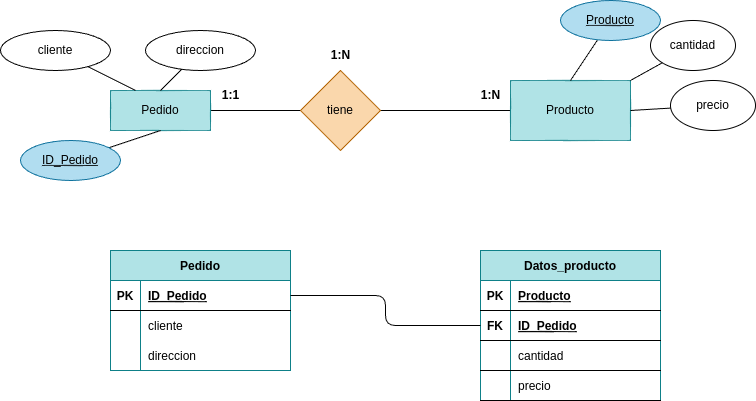
This is tareas/tarea-6-Normalizacion/images/ejercicio2.drawio.png from betancorge/base-datos-2, a draw.io export, as it was before one commit. Source tidied: cells renumbered, new cells last; positions are measured from the earlier drawing's top-left corner, leaving out a move shared by most shapes.
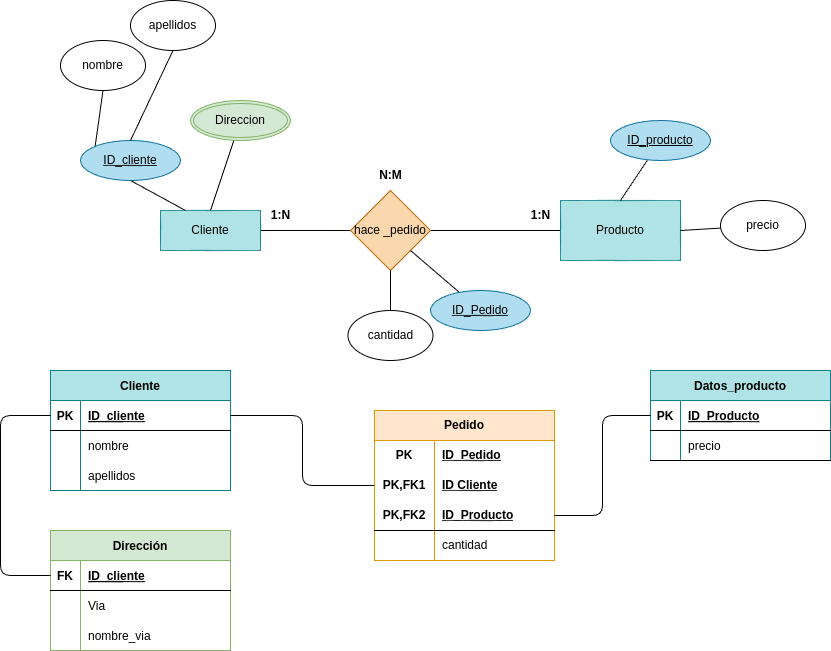
Above is the later version.

Diff of the diagram source:
```diff
@@ -7,3 +7,3 @@
     </mxCell>
-    <mxCell id="3" value="&lt;font color=&quot;#000000&quot;&gt;Pedido&lt;/font&gt;" style="whiteSpace=wrap;html=1;align=center;fillColor=#b0e3e6;strokeColor=#0e8088;" parent="1" vertex="1">
+    <mxCell id="3" value="&lt;font color=&quot;#000000&quot;&gt;Cliente&lt;/font&gt;" style="whiteSpace=wrap;html=1;align=center;fillColor=#b0e3e6;strokeColor=#0e8088;" parent="1" vertex="1">
       <mxGeometry x="110" y="90" width="100" height="40" as="geometry" />
@@ -13,3 +13,3 @@
     </mxCell>
-    <mxCell id="5" value="&lt;font color=&quot;#000000&quot;&gt;tiene&lt;/font&gt;" style="rhombus;whiteSpace=wrap;html=1;fillColor=#fad7ac;strokeColor=#b46504;" parent="1" vertex="1">
+    <mxCell id="5" value="&lt;font color=&quot;#000000&quot;&gt;hace _pedido&lt;/font&gt;" style="rhombus;whiteSpace=wrap;html=1;fillColor=#fad7ac;strokeColor=#b46504;" parent="1" vertex="1">
       <mxGeometry x="300" y="70" width="80" height="80" as="geometry" />
@@ -19,3 +19,3 @@
     </mxCell>
-    <mxCell id="7" value="&lt;b&gt;1:1&lt;/b&gt;" style="text;html=1;align=center;verticalAlign=middle;strokeColor=none;fillColor=none;fontColor=#000000;" parent="1" vertex="1">
+    <mxCell id="7" value="&lt;b&gt;1:N&lt;/b&gt;" style="text;html=1;align=center;verticalAlign=middle;strokeColor=none;fillColor=none;fontColor=#000000;" parent="1" vertex="1">
       <mxGeometry x="210" y="80" width="40" height="30" as="geometry" />
@@ -25,7 +25,7 @@
     </mxCell>
-    <mxCell id="9" value="&lt;b&gt;1:N&lt;/b&gt;" style="text;html=1;align=center;verticalAlign=middle;strokeColor=none;fillColor=none;fontColor=#000000;" parent="1" vertex="1">
-      <mxGeometry x="320" y="40" width="40" height="30" as="geometry" />
+    <mxCell id="9" value="&lt;b&gt;N:M&lt;/b&gt;" style="text;html=1;align=center;verticalAlign=middle;strokeColor=none;fillColor=none;fontColor=#000000;" parent="1" vertex="1">
+      <mxGeometry x="315" y="40" width="50" height="30" as="geometry" />
     </mxCell>
-    <mxCell id="10" value="Pedido" style="shape=table;startSize=30;rowLines=0;fontStyle=1;align=center;labelBackgroundColor=none;strokeColor=#0e8088;fillColor=#b0e3e6;fontColor=#000000;" parent="1" vertex="1">
-      <mxGeometry x="110" y="250" width="180" height="120" as="geometry" />
+    <mxCell id="10" value="Cliente" style="shape=table;startSize=30;rowLines=0;fontStyle=1;align=center;labelBackgroundColor=none;strokeColor=#0e8088;fillColor=#b0e3e6;fontColor=#000000;" parent="1" vertex="1">
+      <mxGeometry y="250" width="180" height="120" as="geometry" />
     </mxCell>
@@ -37,3 +37,3 @@
     </mxCell>
-    <mxCell id="13" value="ID_Pedido" style="shape=partialRectangle;fillColor=none;top=0;left=0;bottom=0;right=0;align=left;spacingLeft=6;fontStyle=5;overflow=hidden;labelBackgroundColor=none;fontColor=#000000;" parent="11" vertex="1">
+    <mxCell id="13" value="ID_cliente" style="shape=partialRectangle;fillColor=none;top=0;left=0;bottom=0;right=0;align=left;spacingLeft=6;fontStyle=5;overflow=hidden;labelBackgroundColor=none;fontColor=#000000;" parent="11" vertex="1">
       <mxGeometry x="30" width="150" height="30" as="geometry" />
@@ -46,3 +46,3 @@
     </mxCell>
-    <mxCell id="16" value="cliente" style="shape=partialRectangle;fillColor=none;top=0;left=0;bottom=0;right=0;align=left;spacingLeft=6;overflow=hidden;labelBackgroundColor=none;fontColor=#000000;" parent="14" vertex="1">
+    <mxCell id="16" value="nombre" style="shape=partialRectangle;fillColor=none;top=0;left=0;bottom=0;right=0;align=left;spacingLeft=6;overflow=hidden;labelBackgroundColor=none;fontColor=#000000;" parent="14" vertex="1">
       <mxGeometry x="30" width="150" height="30" as="geometry" />
@@ -55,3 +55,3 @@
     </mxCell>
-    <mxCell id="19" value="direccion" style="shape=partialRectangle;fillColor=none;top=0;left=0;bottom=0;right=0;align=left;spacingLeft=6;overflow=hidden;labelBackgroundColor=none;fontColor=#000000;" parent="17" vertex="1">
+    <mxCell id="19" value="apellidos" style="shape=partialRectangle;fillColor=none;top=0;left=0;bottom=0;right=0;align=left;spacingLeft=6;overflow=hidden;labelBackgroundColor=none;fontColor=#000000;" parent="17" vertex="1">
       <mxGeometry x="30" width="150" height="30" as="geometry" />
@@ -59,3 +59,3 @@
     <mxCell id="20" value="Datos_producto" style="shape=table;startSize=30;rowLines=0;fontStyle=1;align=center;labelBackgroundColor=none;strokeColor=#0e8088;fillColor=#b0e3e6;fontColor=#000000;" parent="1" vertex="1">
-      <mxGeometry x="480" y="250" width="180" height="150" as="geometry" />
+      <mxGeometry x="600" y="250" width="180" height="90" as="geometry" />
     </mxCell>
@@ -67,25 +67,7 @@
     </mxCell>
-    <mxCell id="23" value="Producto" style="shape=partialRectangle;fillColor=none;top=0;left=0;bottom=0;right=0;align=left;spacingLeft=6;fontStyle=5;overflow=hidden;labelBackgroundColor=none;fontColor=#000000;" parent="21" vertex="1">
+    <mxCell id="23" value="ID_Producto" style="shape=partialRectangle;fillColor=none;top=0;left=0;bottom=0;right=0;align=left;spacingLeft=6;fontStyle=5;overflow=hidden;labelBackgroundColor=none;fontColor=#000000;" parent="21" vertex="1">
       <mxGeometry x="30" width="150" height="30" as="geometry" />
     </mxCell>
-    <mxCell id="24" style="shape=tableRow;horizontal=0;startSize=0;swimlaneHead=0;swimlaneBody=0;fillColor=none;points=[[0,0.5],[1,0.5]];portConstraint=eastwest;top=0;left=0;right=0;bottom=1;labelBackgroundColor=none;fontColor=#000000;" parent="20" vertex="1">
-      <mxGeometry y="60" width="180" height="30" as="geometry" />
-    </mxCell>
-    <mxCell id="25" value="FK" style="shape=partialRectangle;fillColor=none;top=0;left=0;bottom=0;right=0;fontStyle=1;overflow=hidden;labelBackgroundColor=none;fontColor=#000000;" parent="24" vertex="1">
-      <mxGeometry width="30" height="30" as="geometry" />
-    </mxCell>
-    <mxCell id="26" value="ID_Pedido" style="shape=partialRectangle;fillColor=none;top=0;left=0;bottom=0;right=0;align=left;spacingLeft=6;fontStyle=5;overflow=hidden;labelBackgroundColor=none;fontColor=#000000;" parent="24" vertex="1">
-      <mxGeometry x="30" width="150" height="30" as="geometry" />
-    </mxCell>
-    <mxCell id="27" style="shape=tableRow;horizontal=0;startSize=0;swimlaneHead=0;swimlaneBody=0;fillColor=none;top=0;left=0;right=0;bottom=1;labelBackgroundColor=none;fontColor=#000000;" parent="20" vertex="1">
-      <mxGeometry y="90" width="180" height="30" as="geometry" />
-    </mxCell>
-    <mxCell id="28" style="shape=partialRectangle;fillColor=none;top=0;left=0;bottom=0;right=0;fontStyle=1;overflow=hidden;labelBackgroundColor=none;fontColor=#000000;" parent="27" vertex="1">
-      <mxGeometry width="30" height="30" as="geometry" />
-    </mxCell>
-    <mxCell id="29" value="cantidad" style="shape=partialRectangle;fillColor=none;top=0;left=0;bottom=0;right=0;align=left;spacingLeft=6;fontStyle=0;overflow=hidden;labelBackgroundColor=none;fontColor=#000000;" parent="27" vertex="1">
-      <mxGeometry x="30" width="150" height="30" as="geometry" />
-    </mxCell>
     <mxCell id="30" style="shape=tableRow;horizontal=0;startSize=0;swimlaneHead=0;swimlaneBody=0;fillColor=none;top=0;left=0;right=0;bottom=1;labelBackgroundColor=none;fontColor=#000000;" parent="20" vertex="1">
-      <mxGeometry y="120" width="180" height="30" as="geometry" />
+      <mxGeometry y="60" width="180" height="30" as="geometry" />
     </mxCell>
@@ -97,17 +79,11 @@
     </mxCell>
-    <mxCell id="33" style="edgeStyle=orthogonalEdgeStyle;html=1;exitX=1;exitY=0.5;exitDx=0;exitDy=0;entryX=0;entryY=0.5;entryDx=0;entryDy=0;strokeColor=#000000;fontColor=#000000;endArrow=none;endFill=0;" parent="1" edge="1" source="11" target="24">
+    <mxCell id="33" style="edgeStyle=orthogonalEdgeStyle;html=1;exitX=1;exitY=0.5;exitDx=0;exitDy=0;entryX=0;entryY=0.5;entryDx=0;entryDy=0;strokeColor=#000000;fontColor=#000000;endArrow=none;endFill=0;" parent="1" edge="1" source="11" target="50">
       <mxGeometry relative="1" as="geometry" />
     </mxCell>
-    <mxCell id="34" style="edgeStyle=none;html=1;entryX=0.5;entryY=0;entryDx=0;entryDy=0;fontColor=#000000;strokeColor=#000000;endArrow=none;endFill=0;" parent="1" edge="1" source="35" target="3">
+    <mxCell id="34" style="edgeStyle=none;html=1;entryX=0.5;entryY=0;entryDx=0;entryDy=0;fontColor=#000000;strokeColor=#000000;endArrow=none;endFill=0;" parent="1" edge="1" source="46" target="3">
       <mxGeometry relative="1" as="geometry" />
     </mxCell>
-    <mxCell id="35" value="&lt;font color=&quot;#000000&quot;&gt;direccion&lt;/font&gt;" style="ellipse;whiteSpace=wrap;html=1;align=center;fillColor=none;strokeColor=#000000;" parent="1" vertex="1">
-      <mxGeometry x="145" y="30" width="110" height="40" as="geometry" />
-    </mxCell>
-    <mxCell id="36" style="edgeStyle=none;html=1;entryX=0.25;entryY=0;entryDx=0;entryDy=0;fontColor=#000000;strokeColor=#000000;endArrow=none;endFill=0;" parent="1" edge="1" source="37" target="3">
+    <mxCell id="36" style="edgeStyle=none;html=1;entryX=0.25;entryY=0;entryDx=0;entryDy=0;fontColor=#000000;strokeColor=#000000;endArrow=none;endFill=0;exitX=0.5;exitY=1;exitDx=0;exitDy=0;" parent="1" edge="1" source="59" target="3">
       <mxGeometry relative="1" as="geometry" />
     </mxCell>
-    <mxCell id="37" value="&lt;font color=&quot;#000000&quot;&gt;cliente&lt;/font&gt;" style="ellipse;whiteSpace=wrap;html=1;align=center;fillColor=none;strokeColor=#000000;" parent="1" vertex="1">
-      <mxGeometry y="30" width="110" height="40" as="geometry" />
-    </mxCell>
     <mxCell id="38" style="edgeStyle=none;html=1;entryX=0.5;entryY=0;entryDx=0;entryDy=0;strokeColor=#000000;fontColor=#000000;endArrow=none;endFill=0;" parent="1" edge="1" source="39" target="6">
@@ -115,6 +91,6 @@
     </mxCell>
-    <mxCell id="39" value="&lt;font&gt;Producto&lt;/font&gt;" style="ellipse;whiteSpace=wrap;html=1;align=center;fontStyle=4;strokeColor=#10739e;fillColor=#b1ddf0;fontColor=#000000;" parent="1" vertex="1">
+    <mxCell id="39" value="&lt;font&gt;ID_producto&lt;/font&gt;" style="ellipse;whiteSpace=wrap;html=1;align=center;fontStyle=4;strokeColor=#10739e;fillColor=#b1ddf0;fontColor=#000000;" parent="1" vertex="1">
       <mxGeometry x="560" width="100" height="40" as="geometry" />
     </mxCell>
-    <mxCell id="40" style="edgeStyle=none;html=1;entryX=0.5;entryY=1;entryDx=0;entryDy=0;strokeColor=#000000;fontColor=#000000;endArrow=none;endFill=0;" parent="1" edge="1" source="41" target="3">
+    <mxCell id="40" style="edgeStyle=none;html=1;entryX=1;entryY=1;entryDx=0;entryDy=0;strokeColor=#000000;fontColor=#000000;endArrow=none;endFill=0;" parent="1" edge="1" source="41" target="5">
       <mxGeometry relative="1" as="geometry" />
@@ -122,5 +98,5 @@
     <mxCell id="41" value="&lt;font&gt;ID_Pedido&lt;/font&gt;" style="ellipse;whiteSpace=wrap;html=1;align=center;fontStyle=4;strokeColor=#10739e;fillColor=#b1ddf0;fontColor=#000000;" parent="1" vertex="1">
-      <mxGeometry x="20" y="140" width="100" height="40" as="geometry" />
+      <mxGeometry x="380" y="170" width="100" height="40" as="geometry" />
     </mxCell>
-    <mxCell id="42" style="edgeStyle=none;html=1;entryX=1;entryY=0;entryDx=0;entryDy=0;fontColor=#000000;strokeColor=#000000;endArrow=none;endFill=0;" parent="1" edge="1" source="43" target="6">
+    <mxCell id="42" style="edgeStyle=none;html=1;fontColor=#000000;strokeColor=#000000;endArrow=none;endFill=0;" parent="1" edge="1" source="43" target="5">
       <mxGeometry relative="1" as="geometry" />
@@ -128,3 +104,3 @@
     <mxCell id="43" value="&lt;font color=&quot;#000000&quot;&gt;cantidad&lt;/font&gt;" style="ellipse;whiteSpace=wrap;html=1;align=center;fillColor=none;strokeColor=#000000;" parent="1" vertex="1">
-      <mxGeometry x="650" y="20" width="85" height="50" as="geometry" />
+      <mxGeometry x="297.5" y="190" width="85" height="50" as="geometry" />
     </mxCell>
@@ -136,2 +112,100 @@
     </mxCell>
+    <mxCell id="46" value="Direccion" style="ellipse;shape=doubleEllipse;margin=3;whiteSpace=wrap;html=1;align=center;fillColor=#d5e8d4;strokeColor=#82b366;" parent="1" vertex="1">
+      <mxGeometry x="140" y="-20" width="100" height="40" as="geometry" />
+    </mxCell>
+    <mxCell id="47" value="Pedido" style="shape=table;startSize=30;rowLines=0;fontStyle=1;align=center;html=1;whiteSpace=wrap;fillColor=#ffe6cc;strokeColor=#d79b00;" parent="1" vertex="1">
+      <mxGeometry x="324" y="290" width="180" height="150" as="geometry" />
+    </mxCell>
+    <mxCell id="48" style="shape=tableRow;horizontal=0;startSize=0;swimlaneHead=0;swimlaneBody=0;fillColor=none;top=0;left=0;right=0;bottom=0;html=1;" parent="47" vertex="1">
+      <mxGeometry y="30" width="180" height="30" as="geometry" />
+    </mxCell>
+    <mxCell id="49" value="PK" style="shape=partialRectangle;fillColor=none;top=0;left=0;bottom=0;right=0;fontStyle=1;overflow=hidden;html=1;whiteSpace=wrap;" parent="48" vertex="1">
+      <mxGeometry width="60" height="30" as="geometry" />
+    </mxCell>
+    <mxCell id="26" value="ID_Pedido" style="shape=partialRectangle;fillColor=none;top=0;left=0;bottom=0;right=0;align=left;spacingLeft=6;fontStyle=5;overflow=hidden;html=1;whiteSpace=wrap;" parent="48" vertex="1">
+      <mxGeometry x="60" width="120" height="30" as="geometry" />
+    </mxCell>
+    <mxCell id="50" style="shape=tableRow;horizontal=0;startSize=0;swimlaneHead=0;swimlaneBody=0;fillColor=none;points=[[0,0.5],[1,0.5]];portConstraint=eastwest;top=0;left=0;right=0;bottom=0;html=1;" parent="47" vertex="1">
+      <mxGeometry y="60" width="180" height="30" as="geometry" />
+    </mxCell>
+    <mxCell id="51" value="PK,FK1" style="shape=partialRectangle;fillColor=none;top=0;left=0;bottom=0;right=0;fontStyle=1;overflow=hidden;html=1;whiteSpace=wrap;" parent="50" vertex="1">
+      <mxGeometry width="60" height="30" as="geometry" />
+    </mxCell>
+    <mxCell id="52" value="ID Cliente" style="shape=partialRectangle;fillColor=none;top=0;left=0;bottom=0;right=0;align=left;spacingLeft=6;fontStyle=5;overflow=hidden;html=1;whiteSpace=wrap;" parent="50" vertex="1">
+      <mxGeometry x="60" width="120" height="30" as="geometry" />
+    </mxCell>
+    <mxCell id="53" style="shape=tableRow;horizontal=0;startSize=0;swimlaneHead=0;swimlaneBody=0;fillColor=none;points=[[0,0.5],[1,0.5]];portConstraint=eastwest;top=0;left=0;right=0;bottom=1;html=1;" parent="47" vertex="1">
+      <mxGeometry y="90" width="180" height="30" as="geometry" />
+    </mxCell>
+    <mxCell id="54" value="PK,FK2" style="shape=partialRectangle;fillColor=none;top=0;left=0;bottom=0;right=0;fontStyle=1;overflow=hidden;html=1;whiteSpace=wrap;" parent="53" vertex="1">
+      <mxGeometry width="60" height="30" as="geometry" />
+    </mxCell>
+    <mxCell id="55" value="ID_Producto" style="shape=partialRectangle;fillColor=none;top=0;left=0;bottom=0;right=0;align=left;spacingLeft=6;fontStyle=5;overflow=hidden;html=1;whiteSpace=wrap;" parent="53" vertex="1">
+      <mxGeometry x="60" width="120" height="30" as="geometry" />
+    </mxCell>
+    <mxCell id="56" style="shape=tableRow;horizontal=0;startSize=0;swimlaneHead=0;swimlaneBody=0;fillColor=none;top=0;left=0;right=0;bottom=0;html=1;" parent="47" vertex="1">
+      <mxGeometry y="120" width="180" height="30" as="geometry" />
+    </mxCell>
+    <mxCell id="57" style="shape=partialRectangle;fillColor=none;top=0;left=0;bottom=0;right=0;overflow=hidden;html=1;whiteSpace=wrap;" parent="56" vertex="1">
+      <mxGeometry width="60" height="30" as="geometry" />
+    </mxCell>
+    <mxCell id="29" value="cantidad" style="shape=partialRectangle;fillColor=none;top=0;left=0;bottom=0;right=0;align=left;spacingLeft=6;overflow=hidden;html=1;whiteSpace=wrap;" parent="56" vertex="1">
+      <mxGeometry x="60" width="120" height="30" as="geometry" />
+    </mxCell>
+    <mxCell id="58" style="edgeStyle=none;html=1;exitX=0;exitY=0;exitDx=0;exitDy=0;endArrow=none;endFill=0;entryX=0.5;entryY=1;entryDx=0;entryDy=0;" parent="1" edge="1" source="59" target="60">
+      <mxGeometry relative="1" as="geometry" />
+    </mxCell>
+    <mxCell id="59" value="&lt;font&gt;ID_cliente&lt;/font&gt;" style="ellipse;whiteSpace=wrap;html=1;align=center;fontStyle=4;strokeColor=#10739e;fillColor=#b1ddf0;fontColor=#000000;" parent="1" vertex="1">
+      <mxGeometry x="30" y="20" width="100" height="40" as="geometry" />
+    </mxCell>
+    <mxCell id="60" value="&lt;font color=&quot;#000000&quot;&gt;nombre&lt;/font&gt;" style="ellipse;whiteSpace=wrap;html=1;align=center;fillColor=none;strokeColor=#000000;" parent="1" vertex="1">
+      <mxGeometry x="10" y="-80" width="85" height="50" as="geometry" />
+    </mxCell>
+    <mxCell id="61" style="edgeStyle=none;html=1;exitX=0.5;exitY=0;exitDx=0;exitDy=0;endArrow=none;endFill=0;entryX=0.5;entryY=1;entryDx=0;entryDy=0;" parent="1" edge="1" source="59" target="62">
+      <mxGeometry relative="1" as="geometry" />
+    </mxCell>
+    <mxCell id="62" value="&lt;font color=&quot;#000000&quot;&gt;apellidos&lt;/font&gt;" style="ellipse;whiteSpace=wrap;html=1;align=center;fillColor=none;strokeColor=#000000;" parent="1" vertex="1">
+      <mxGeometry x="80" y="-120" width="85" height="50" as="geometry" />
+    </mxCell>
+    <mxCell id="63" style="edgeStyle=orthogonalEdgeStyle;html=1;entryX=0;entryY=0.5;entryDx=0;entryDy=0;exitX=1;exitY=0.5;exitDx=0;exitDy=0;endArrow=none;endFill=0;" parent="1" edge="1" source="53" target="21">
+      <mxGeometry relative="1" as="geometry" />
+    </mxCell>
+    <mxCell id="64" value="Dirección" style="shape=table;startSize=30;rowLines=0;fontStyle=1;align=center;labelBackgroundColor=none;strokeColor=#82b366;fillColor=#d5e8d4;" parent="1" vertex="1">
+      <mxGeometry y="410" width="180" height="120" as="geometry" />
+    </mxCell>
+    <mxCell id="65" style="shape=tableRow;horizontal=0;startSize=0;swimlaneHead=0;swimlaneBody=0;fillColor=none;points=[[0,0.5],[1,0.5]];portConstraint=eastwest;top=0;left=0;right=0;bottom=1;labelBackgroundColor=none;fontColor=#000000;" parent="64" vertex="1">
+      <mxGeometry y="30" width="180" height="30" as="geometry" />
+    </mxCell>
+    <mxCell id="25" value="FK" style="shape=partialRectangle;fillColor=none;top=0;left=0;bottom=0;right=0;fontStyle=1;overflow=hidden;labelBackgroundColor=none;fontColor=#000000;" parent="65" vertex="1">
+      <mxGeometry width="30" height="30" as="geometry" />
+    </mxCell>
+    <mxCell id="66" value="ID_cliente" style="shape=partialRectangle;fillColor=none;top=0;left=0;bottom=0;right=0;align=left;spacingLeft=6;fontStyle=5;overflow=hidden;labelBackgroundColor=none;fontColor=#000000;" parent="65" vertex="1">
+      <mxGeometry x="30" width="150" height="30" as="geometry" />
+    </mxCell>
+    <mxCell id="67" style="shape=tableRow;horizontal=0;startSize=0;swimlaneHead=0;swimlaneBody=0;fillColor=none;top=0;left=0;right=0;bottom=0;labelBackgroundColor=none;fontColor=#000000;" parent="64" vertex="1">
+      <mxGeometry y="60" width="180" height="30" as="geometry" />
+    </mxCell>
+    <mxCell id="68" style="shape=partialRectangle;fillColor=none;top=0;left=0;bottom=0;right=0;overflow=hidden;labelBackgroundColor=none;fontColor=#000000;" parent="67" vertex="1">
+      <mxGeometry width="30" height="30" as="geometry" />
+    </mxCell>
+    <mxCell id="69" value="Via" style="shape=partialRectangle;fillColor=none;top=0;left=0;bottom=0;right=0;align=left;spacingLeft=6;overflow=hidden;labelBackgroundColor=none;fontColor=#000000;" parent="67" vertex="1">
+      <mxGeometry x="30" width="150" height="30" as="geometry" />
+    </mxCell>
+    <mxCell id="70" style="shape=tableRow;horizontal=0;startSize=0;swimlaneHead=0;swimlaneBody=0;fillColor=none;top=0;left=0;right=0;bottom=0;labelBackgroundColor=none;fontColor=#000000;" parent="64" vertex="1">
+      <mxGeometry y="90" width="180" height="30" as="geometry" />
+    </mxCell>
+    <mxCell id="71" style="shape=partialRectangle;fillColor=none;top=0;left=0;bottom=0;right=0;overflow=hidden;labelBackgroundColor=none;fontColor=#000000;" parent="70" vertex="1">
+      <mxGeometry width="30" height="30" as="geometry" />
+    </mxCell>
+    <mxCell id="72" value="nombre_via" style="shape=partialRectangle;fillColor=none;top=0;left=0;bottom=0;right=0;align=left;spacingLeft=6;overflow=hidden;labelBackgroundColor=none;fontColor=#000000;" parent="70" vertex="1">
+      <mxGeometry x="30" width="150" height="30" as="geometry" />
+    </mxCell>
+    <mxCell id="73" style="edgeStyle=orthogonalEdgeStyle;html=1;entryX=0;entryY=0.5;entryDx=0;entryDy=0;endArrow=none;endFill=0;" parent="1" edge="1" source="11" target="65">
+      <mxGeometry relative="1" as="geometry">
+        <Array as="points">
+          <mxPoint x="-50" y="295" />
+          <mxPoint x="-50" y="455" />
+        </Array>
+      </mxGeometry>
+    </mxCell>
   </root>
```
